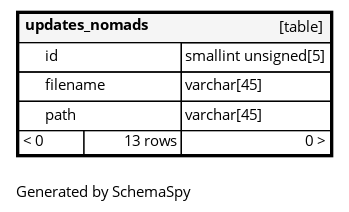
ta-forever/db keeps this Graphviz diagram as diagrams/tables/updates_nomads.1degree.png. Above is the earlier version. Its source is kept beside it as diagrams/tables/updates_nomads.1degree.dot.
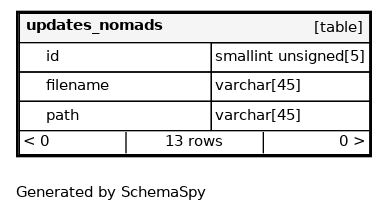
Later version of the same file.

What changed in the source:
```diff
@@ -1,13 +1,13 @@
 digraph "oneDegreeRelationshipsDiagram" {
-  graph [    rankdir="RL"    bgcolor="#ffffff"    label="\nGenerated by SchemaSpy"    labeljust="l"    nodesep="0.18"    ranksep="0.46"    fontname="Helvetica"    fontsize="11"    ration="compress"  ];  node [    fontname="Helvetica"    fontsize="11"    shape="plaintext"  ];  edge [    arrowsize="0.8"  ];
+  graph [    rankdir="RL"    bgcolor="#ffffff"    label="\nGenerated by SchemaSpy"    labeljust="l"    nodesep="0.18"    ranksep="0.46"    fontname="Helvetica"    fontsize="11"    packmode="graph"  ];  node [    fontname="Helvetica"    fontsize="11"    shape="plaintext"  ];  edge [    arrowsize="0.8"  ];
   "updates_nomads" [
    label=<
     <TABLE BORDER="2" CELLBORDER="1" CELLSPACING="0" BGCOLOR="#ffffff">
-      <TR><TD COLSPAN="4"  BGCOLOR="#f5f5f5"><TABLE BORDER="0" CELLSPACING="0"><TR><TD ALIGN="LEFT" FIXEDSIZE="TRUE" WIDTH="101" HEIGHT="16"><B>updates_nomads</B></TD><TD ALIGN="RIGHT">[table]</TD></TR></TABLE></TD></TR>
-      <TR><TD PORT="id" COLSPAN="2" BGCOLOR="#ffffff" ALIGN="LEFT"><TABLE BORDER="0" CELLSPACING="0" ALIGN="LEFT"><TR ALIGN="LEFT"><TD ALIGN="LEFT" FIXEDSIZE="TRUE" WIDTH="15" HEIGHT="16"></TD><TD ALIGN="LEFT" FIXEDSIZE="TRUE" WIDTH="101" HEIGHT="16">id</TD></TR></TABLE></TD><TD PORT="id.type" ALIGN="LEFT">smallint unsigned[5]</TD></TR>
-      <TR><TD PORT="filename" COLSPAN="2" ALIGN="LEFT"><TABLE BORDER="0" CELLSPACING="0" ALIGN="LEFT"><TR ALIGN="LEFT"><TD ALIGN="LEFT" FIXEDSIZE="TRUE" WIDTH="15" HEIGHT="16"></TD><TD ALIGN="LEFT" FIXEDSIZE="TRUE" WIDTH="101" HEIGHT="16">filename</TD></TR></TABLE></TD><TD PORT="filename.type" ALIGN="LEFT">varchar[45]</TD></TR>
-      <TR><TD PORT="path" COLSPAN="2" ALIGN="LEFT"><TABLE BORDER="0" CELLSPACING="0" ALIGN="LEFT"><TR ALIGN="LEFT"><TD ALIGN="LEFT" FIXEDSIZE="TRUE" WIDTH="15" HEIGHT="16"></TD><TD ALIGN="LEFT" FIXEDSIZE="TRUE" WIDTH="101" HEIGHT="16">path</TD></TR></TABLE></TD><TD PORT="path.type" ALIGN="LEFT">varchar[45]</TD></TR>
-      <TR><TD ALIGN="LEFT" BGCOLOR="#ffffff">&lt; 0</TD><TD ALIGN="RIGHT" BGCOLOR="#ffffff">13 rows</TD><TD ALIGN="RIGHT" BGCOLOR="#ffffff">0 &gt;</TD></TR>
+      <TR><TD COLSPAN="4"  BGCOLOR="#f5f5f5"><TABLE BORDER="0" CELLSPACING="0"><TR><TD ALIGN="LEFT" FIXEDSIZE="TRUE" WIDTH="123" HEIGHT="16"><B>updates_nomads</B></TD><TD ALIGN="RIGHT">[table]</TD></TR></TABLE></TD></TR>
+      <TR><TD PORT="id" COLSPAN="2" BGCOLOR="#ffffff" ALIGN="LEFT"><TABLE BORDER="0" CELLSPACING="0" ALIGN="LEFT"><TR ALIGN="LEFT"><TD ALIGN="LEFT" FIXEDSIZE="TRUE" WIDTH="15" HEIGHT="16"></TD><TD ALIGN="LEFT" FIXEDSIZE="TRUE" WIDTH="123" HEIGHT="16">id</TD></TR></TABLE></TD><TD PORT="id.type" ALIGN="LEFT">smallint unsigned[5]</TD></TR>
+      <TR><TD PORT="filename" COLSPAN="2" ALIGN="LEFT"><TABLE BORDER="0" CELLSPACING="0" ALIGN="LEFT"><TR ALIGN="LEFT"><TD ALIGN="LEFT" FIXEDSIZE="TRUE" WIDTH="15" HEIGHT="16"></TD><TD ALIGN="LEFT" FIXEDSIZE="TRUE" WIDTH="123" HEIGHT="16">filename</TD></TR></TABLE></TD><TD PORT="filename.type" ALIGN="LEFT">varchar[45]</TD></TR>
+      <TR><TD PORT="path" COLSPAN="2" ALIGN="LEFT"><TABLE BORDER="0" CELLSPACING="0" ALIGN="LEFT"><TR ALIGN="LEFT"><TD ALIGN="LEFT" FIXEDSIZE="TRUE" WIDTH="15" HEIGHT="16"></TD><TD ALIGN="LEFT" FIXEDSIZE="TRUE" WIDTH="123" HEIGHT="16">path</TD></TR></TABLE></TD><TD PORT="path.type" ALIGN="LEFT">varchar[45]</TD></TR>
+      <TR><TD ALIGN="LEFT" CELLPADDING="0" BGCOLOR="#ffffff" COLSPAN="4" ><TABLE BORDER="0" CELLBORDER="0" CELLSPACING="0"><TR><TD ALIGN="LEFT" BGCOLOR="#ffffff">&lt; 0</TD><VR/><TD ALIGN="CENTER" BGCOLOR="#ffffff">13 rows</TD><VR/><TD ALIGN="RIGHT" BGCOLOR="#ffffff">0 &gt;</TD></TR></TABLE></TD></TR>
     </TABLE>>
     URL="updates_nomads.html"
     target="_top"
```
